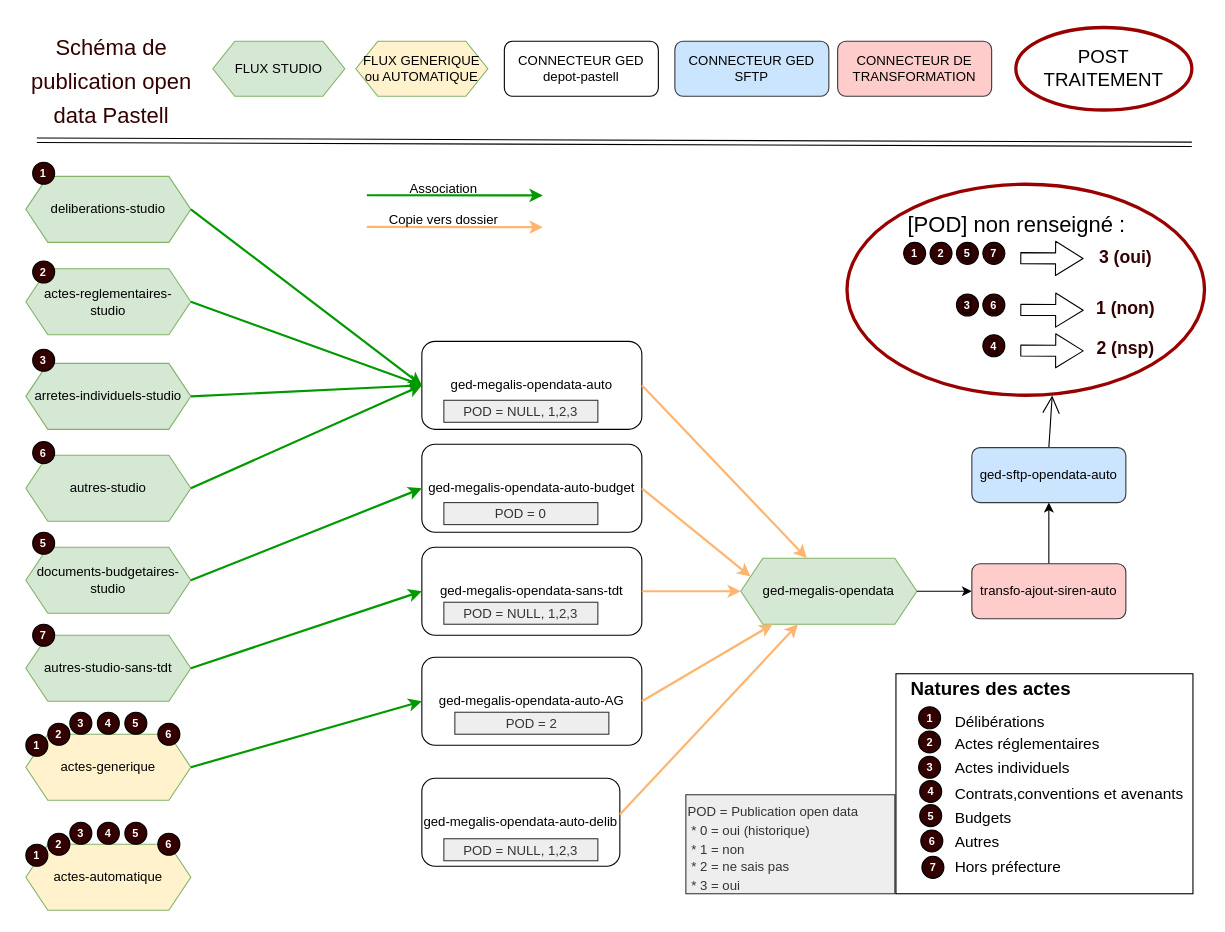
Above: source/pastell_publication_OD.drawio in megalis-bretagne/opendata-documentation (draw.io), before the change. Source tidied: cells renumbered, new cells numbered last; positions are measured from the earlier drawing's top-left corner, leaving out a move shared by most shapes. Both pictures are drawn from the tidied source at 110%, with x=0, y=0 at pixel (18, 19).
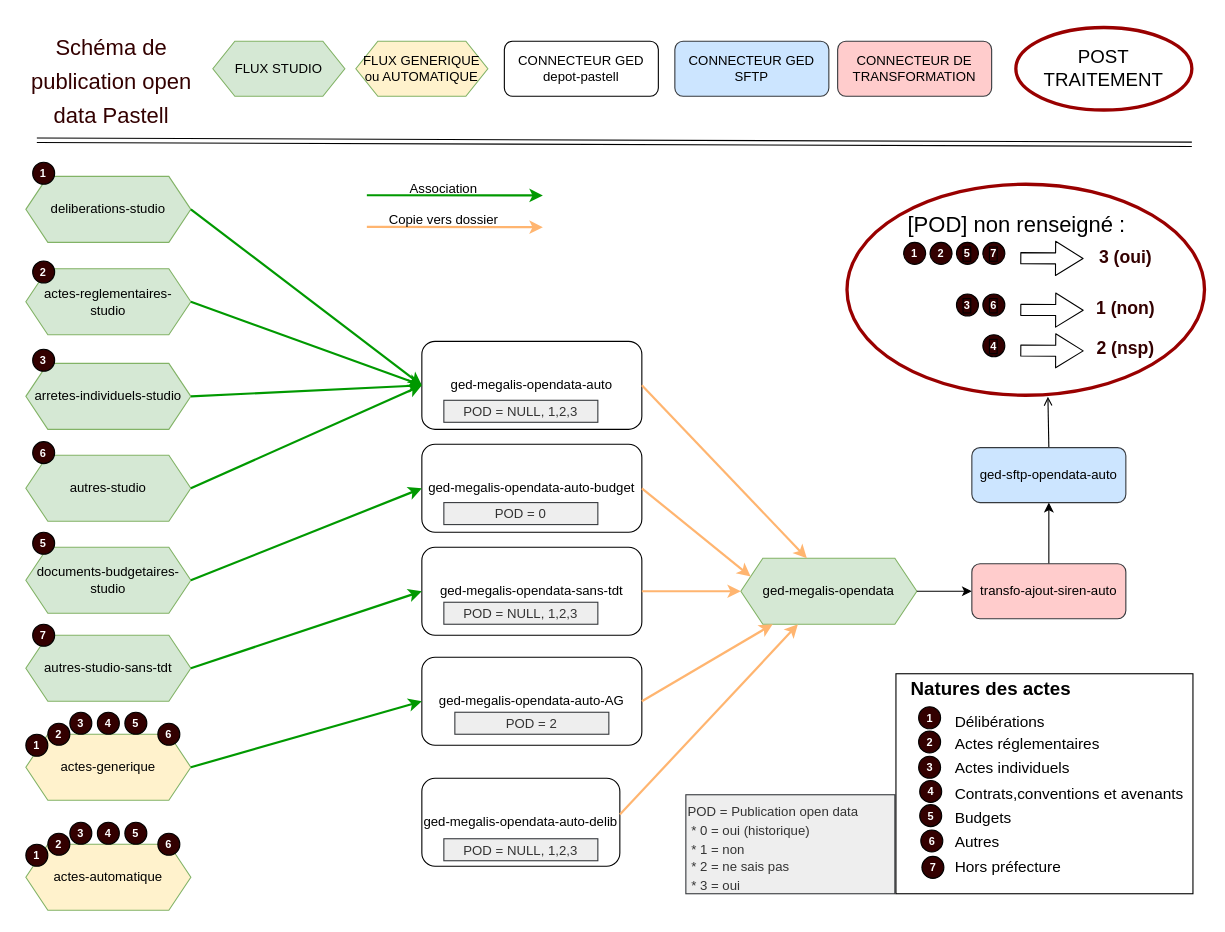
Above is the later version.

Commit message:
Mise à jour depuis app.diagrams.net

The change refers to these unchanged cells:
```xml
<mxCell id="76" value="ged-sftp-opendata-auto" style="rounded=1;whiteSpace=wrap;html=1;fillColor=#cce5ff;strokeColor=#36393d;" parent="1" vertex="1">
  <mxGeometry x="867" y="389.4" width="140" height="50" as="geometry" />
</mxCell>
<mxCell id="77" style="ellipse;whiteSpace=wrap;html=1;fontSize=17;fillColor=none;strokeColor=#990000;strokeWidth=3;" parent="1" vertex="1">
  <mxGeometry x="753.5" y="150" width="325" height="191.8" as="geometry" />
</mxCell>
```

The edit, as a diff of the source:
```diff
@@
-    <mxCell id="38" style="edgeStyle=none;jettySize=auto;html=1;rounded=0;fontSize=24;fontColor=#FFFFFF;endArrow=open;startSize=14;endSize=14;sourcePerimeterSpacing=8;targetPerimeterSpacing=8;curved=1;entryX=0.574;entryY=1.001;entryDx=0;entryDy=0;exitX=0.5;exitY=0;exitDx=0;exitDy=0;entryPerimeter=0;" parent="1" edge="1" source="76" target="77">
+    <mxCell id="38" style="edgeStyle=none;jettySize=auto;html=1;rounded=0;fontSize=24;fontColor=#FFFFFF;endArrow=open;startSize=14;endSize=6;sourcePerimeterSpacing=8;targetPerimeterSpacing=8;curved=1;entryX=0.562;entryY=1.007;entryDx=0;entryDy=0;exitX=0.5;exitY=0;exitDx=0;exitDy=0;entryPerimeter=0;" parent="1" edge="1" source="76" target="77">
       <mxGeometry relative="1" as="geometry" />
     </mxCell>
```
